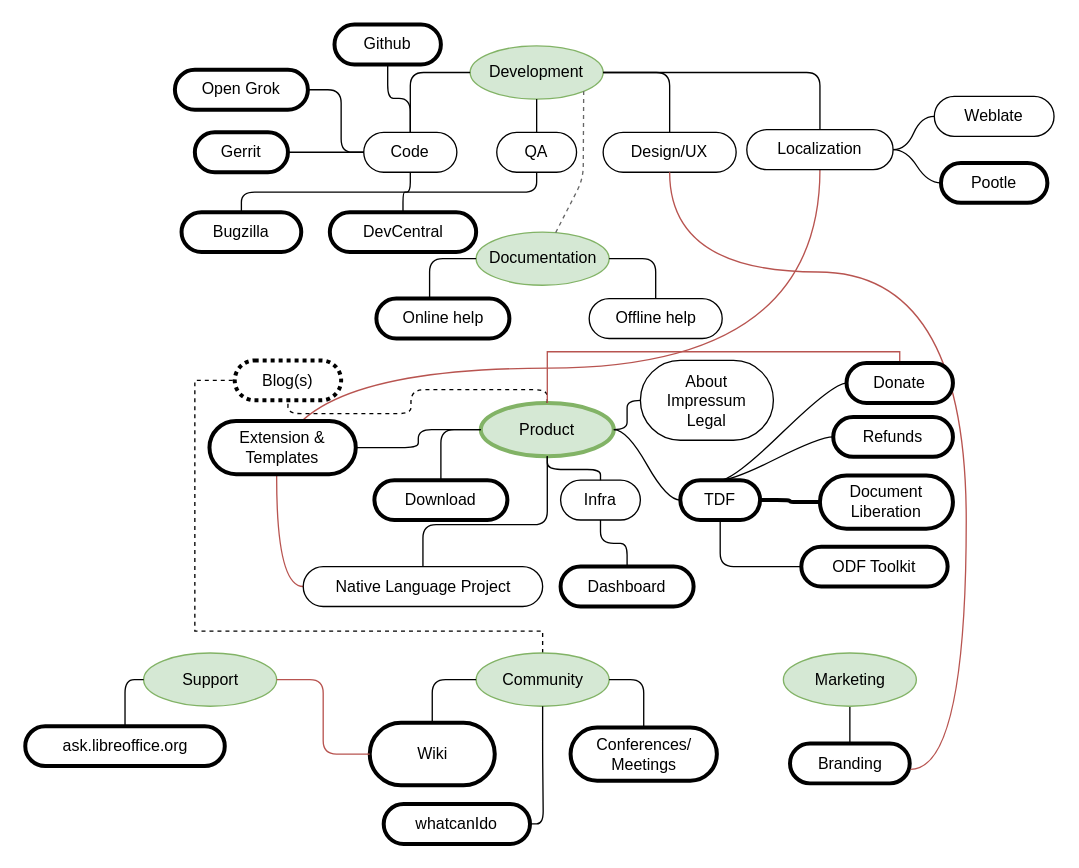
Earlier version of the draw.io diagram LibreOffice-TDF_Website-Structure.drawio (HeikoTietze/libo_website). Source tidied: cells renumbered, new cells numbered last; positions are measured from the earlier drawing's top-left corner, leaving out a move shared by most shapes. Both pictures are drawn from the tidied source at 133%, with x=0, y=0 at pixel (24, 24).
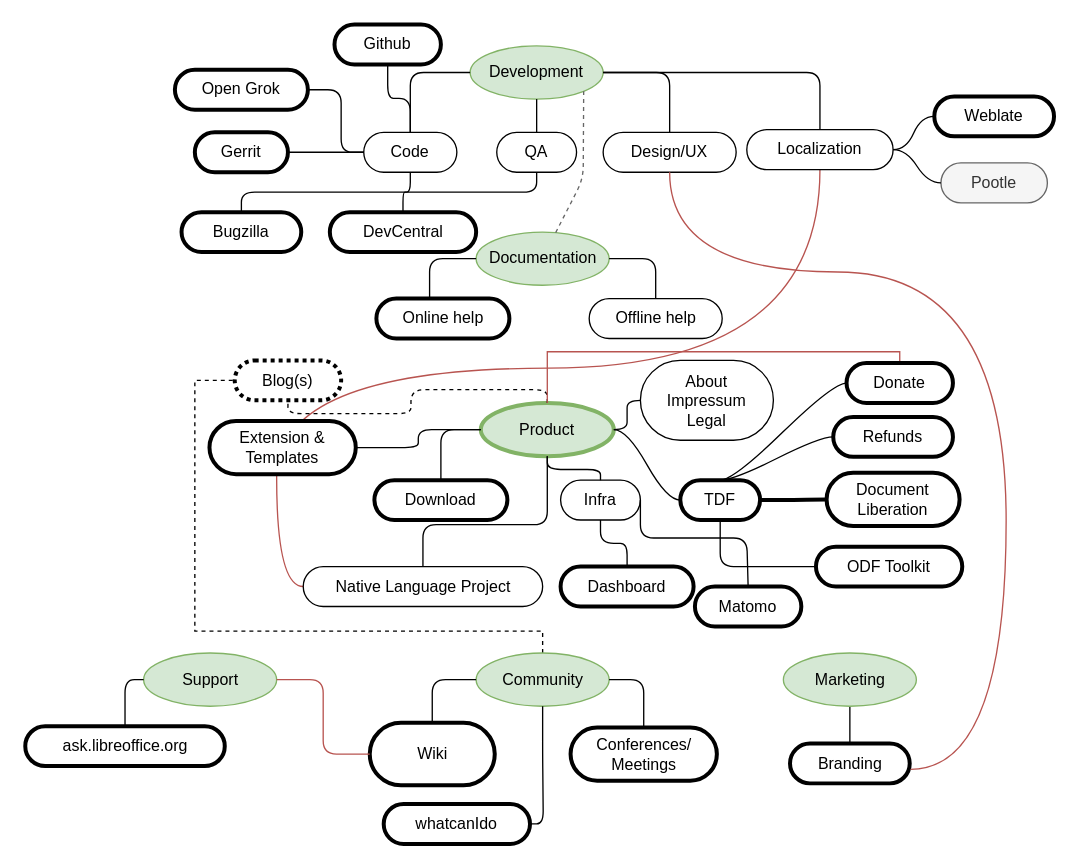
The same diagram, later.

The change refers to these unchanged cells:
```xml
<mxCell id="7" value="Design/UX" style="whiteSpace=wrap;html=1;rounded=1;arcSize=50;align=center;verticalAlign=middle;strokeWidth=1;spacing=4;" parent="1" vertex="1">
  <mxGeometry x="435" y="81" width="100" height="30" as="geometry" />
</mxCell>
<mxCell id="35" value="Infra" style="whiteSpace=wrap;html=1;rounded=1;arcSize=50;align=center;verticalAlign=middle;strokeWidth=1;spacing=4;" parent="1" vertex="1">
  <mxGeometry x="403" y="342.5" width="60" height="30" as="geometry" />
</mxCell>
<mxCell id="37" value="Branding" style="whiteSpace=wrap;html=1;rounded=1;arcSize=50;align=center;verticalAlign=middle;strokeWidth=3;spacing=4;" parent="1" vertex="1">
  <mxGeometry x="575.5" y="540.5" width="90" height="30" as="geometry" />
</mxCell>
```

Change to the diagram source:
```diff
@@
     <mxCell id="38" style="edgeStyle=orthogonalEdgeStyle;startArrow=none;endArrow=none;segment=10;curved=1;exitX=0.5;exitY=1;exitDx=0;exitDy=0;fillColor=#f8cecc;strokeColor=#b85450;entryX=1.007;entryY=0.648;entryDx=0;entryDy=0;entryPerimeter=0;" parent="1" edge="1" source="7" target="37">
       <mxGeometry relative="1" as="geometry">
         <Array as="points">
           <mxPoint x="485" y="186" />
-          <mxPoint x="708" y="186" />
-          <mxPoint x="708" y="560" />
+          <mxPoint x="738" y="186" />
+          <mxPoint x="738" y="560" />
         </Array>
       </mxGeometry>
     </mxCell>
@@
     <mxCell id="51" value="&lt;div&gt;Document&lt;/div&gt;&lt;div&gt;Liberation&lt;/div&gt;" style="whiteSpace=wrap;html=1;rounded=1;arcSize=50;align=center;verticalAlign=middle;strokeWidth=3;spacing=4;" parent="1" vertex="1">
-      <mxGeometry x="598" y="339" width="100" height="40" as="geometry" />
+      <mxGeometry x="603" y="337" width="100" height="40" as="geometry" />
     </mxCell>
@@
-    <mxCell id="55" value="Weblate" style="whiteSpace=wrap;html=1;rounded=1;arcSize=50;align=center;verticalAlign=middle;strokeWidth=1;spacing=4;" parent="1" vertex="1">
+    <mxCell id="55" value="Weblate" style="whiteSpace=wrap;html=1;rounded=1;arcSize=50;align=center;verticalAlign=middle;strokeWidth=3;spacing=4;" parent="1" vertex="1">
       <mxGeometry x="684" y="54" width="90" height="30" as="geometry" />
     </mxCell>
@@
-    <mxCell id="57" value="Pootle" style="whiteSpace=wrap;html=1;rounded=1;arcSize=50;align=center;verticalAlign=middle;strokeWidth=3;spacing=4;" parent="1" vertex="1">
+    <mxCell id="57" value="Pootle" style="whiteSpace=wrap;html=1;rounded=1;arcSize=50;align=center;verticalAlign=middle;strokeWidth=1;spacing=4;fillColor=#f5f5f5;strokeColor=#666666;fontColor=#333333;" parent="1" vertex="1">
       <mxGeometry x="689" y="104" width="80" height="30" as="geometry" />
     </mxCell>
@@
     <mxCell id="65" value="ODF Toolkit" style="whiteSpace=wrap;html=1;rounded=1;arcSize=50;align=center;verticalAlign=middle;strokeWidth=3;spacing=4;" parent="1" vertex="1">
-      <mxGeometry x="584" y="392.5" width="110" height="30" as="geometry" />
+      <mxGeometry x="595" y="392.5" width="110" height="30" as="geometry" />
     </mxCell>
@@
+    <mxCell id="74" value="Matomo" style="whiteSpace=wrap;html=1;rounded=1;arcSize=50;align=center;verticalAlign=middle;strokeWidth=3;spacing=4;" parent="1" vertex="1">
+      <mxGeometry x="504" y="422.5" width="80" height="30" as="geometry" />
+    </mxCell>
+    <mxCell id="75" style="edgeStyle=orthogonalEdgeStyle;startArrow=none;endArrow=none;segment=10;exitX=1;exitY=0.5;exitDx=0;exitDy=0;entryX=0.5;entryY=0;entryDx=0;entryDy=0;" parent="1" edge="1" source="35" target="74">
+      <mxGeometry relative="1" as="geometry">
+        <Array as="points">
+          <mxPoint x="463" y="386" />
+          <mxPoint x="543" y="386" />
+        </Array>
+      </mxGeometry>
+    </mxCell>
```
